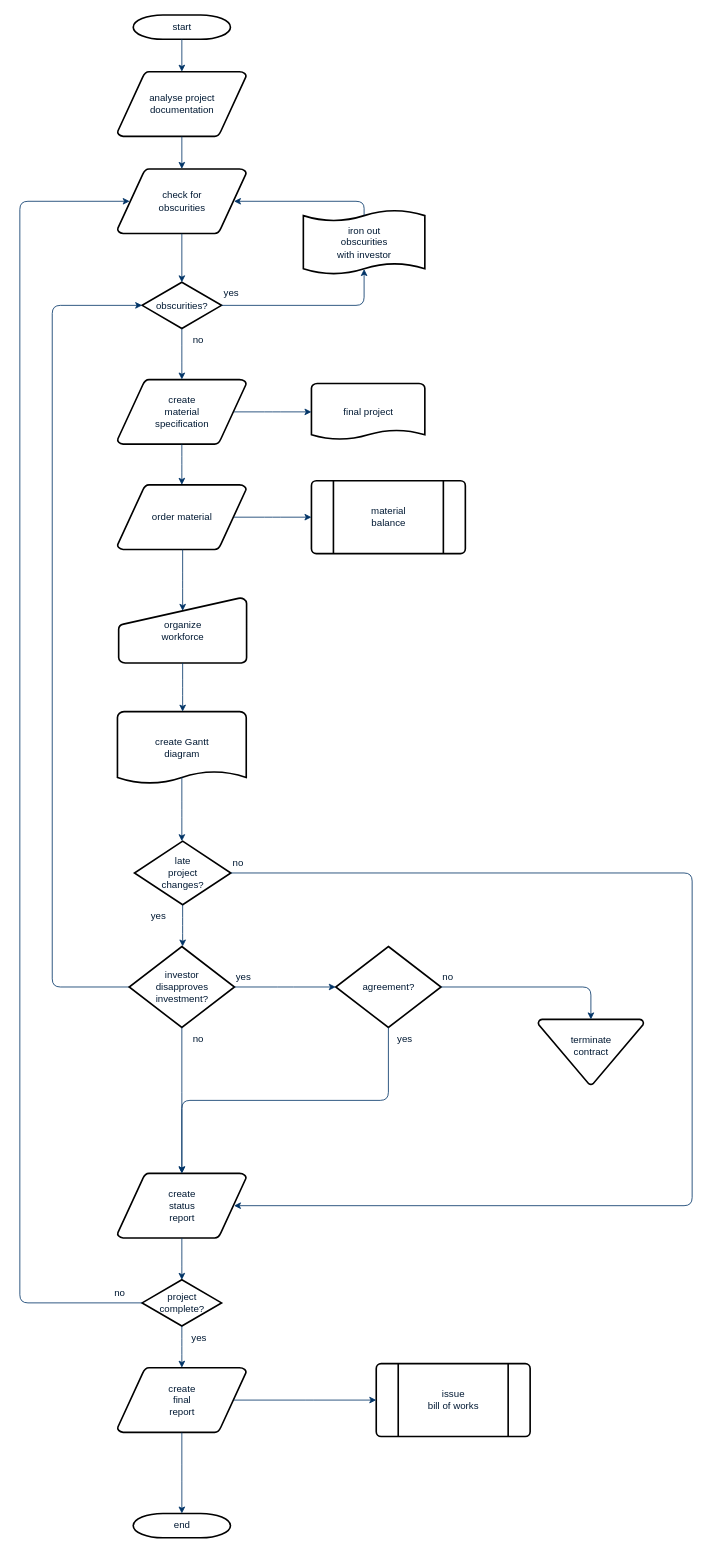
Before: AndroidNN.drawio in i4oolish/draw.io, a draw.io diagram. Source tidied: cells renumbered, new cells numbered last; positions are measured from the earlier drawing's top-left corner, leaving out a move shared by most shapes. Both pictures are drawn from the tidied source at 81%, with x=0, y=0 at pixel (19, 15).
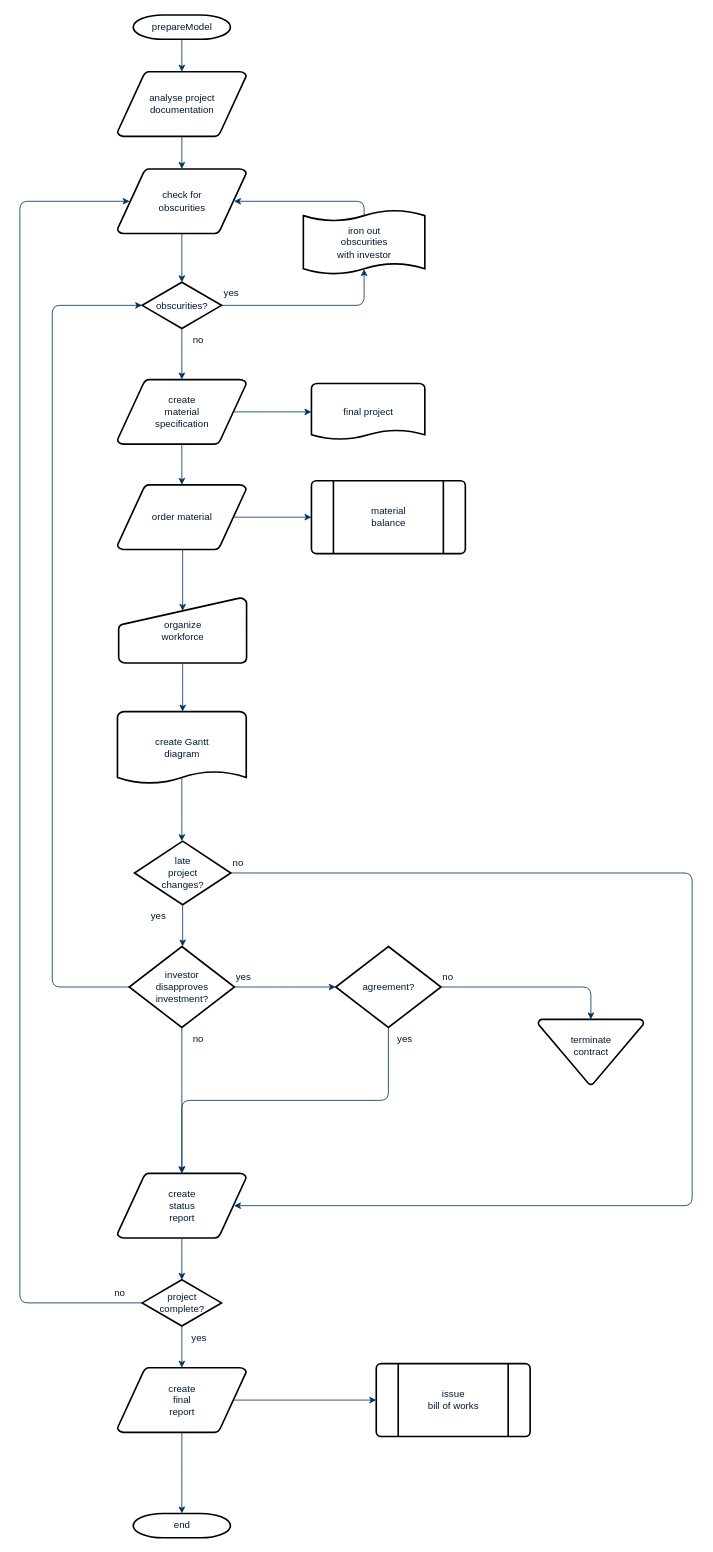
Above is the later version.

What changed in the source:
```diff
@@
-    <mxCell id="2" value="start" style="shape=mxgraph.flowchart.terminator;fillColor=#FFFFFF;strokeColor=#000000;strokeWidth=2;gradientColor=none;gradientDirection=north;fontColor=#001933;fontStyle=0;html=1;" parent="1" vertex="1">
+    <mxCell id="2" value="prepareModel" style="shape=mxgraph.flowchart.terminator;fillColor=#FFFFFF;strokeColor=#000000;strokeWidth=2;gradientColor=none;gradientDirection=north;fontColor=#001933;fontStyle=0;html=1;" parent="1" vertex="1">
       <mxGeometry x="140" width="120" height="30" as="geometry" />
     </mxCell>
```
